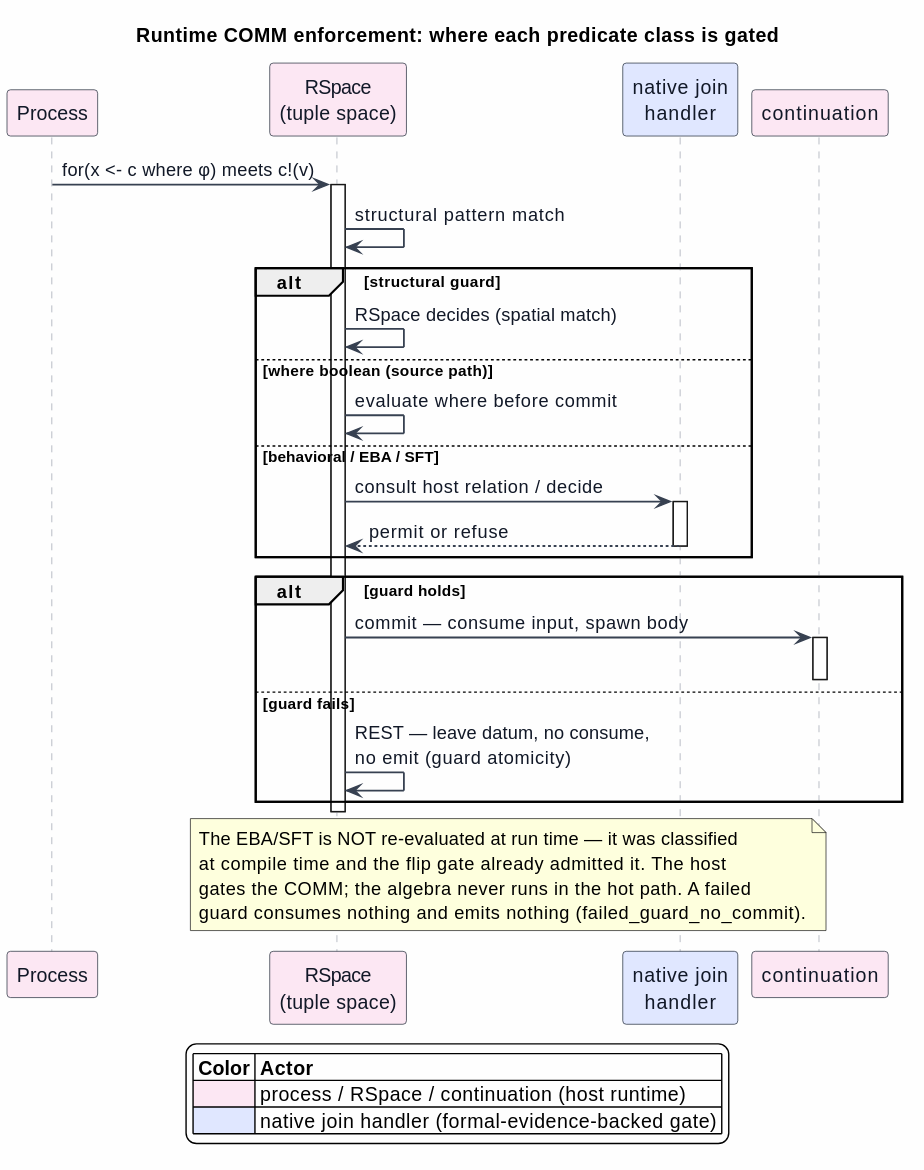
Before: docs/architecture/semantic-predicates/figures/08-comm-enforcement.svg, a diagram exported from PlantUML (F1R3FLY-io/mettail-rust).
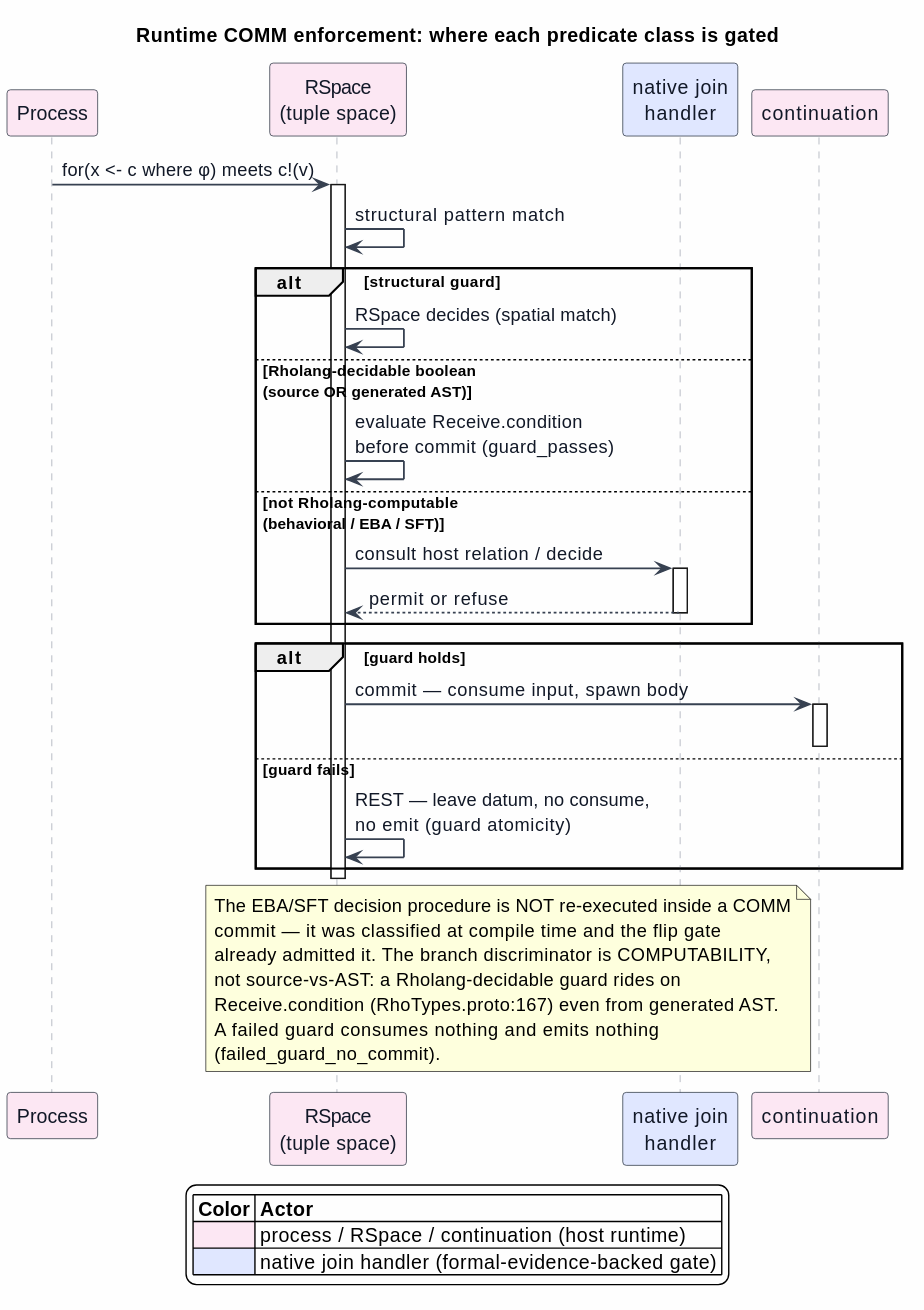
After the commit.

Commit message:
docs(semantic-predicates)+formal: #31 R0 — the AST-path premise was FALSE when written; add T-HB4 and T-INV14b'

Change to the diagram source:
```diff
@@ -23,9 +23,9 @@
 
 alt structural guard
   RS -> RS : RSpace decides (spatial match)
-else where boolean (source path)
-  RS -> RS : evaluate where before commit
-else behavioral / EBA / SFT
+else Rholang-decidable boolean\n(source OR generated AST)
+  RS -> RS : evaluate Receive.condition\nbefore commit (guard_passes)
+else not Rholang-computable\n(behavioral / EBA / SFT)
   RS -> NJ : consult host relation / decide
   activate NJ
   NJ --> RS : permit or refuse
@@ -42,10 +42,13 @@
 deactivate RS
 
 note over RS, NJ
-  The EBA/SFT is NOT re-evaluated at run time — it was classified
-  at compile time and the flip gate already admitted it. The host
-  gates the COMM; the algebra never runs in the hot path. A failed
-  guard consumes nothing and emits nothing (failed_guard_no_commit).
+  The EBA/SFT decision procedure is NOT re-executed inside a COMM
+  commit — it was classified at compile time and the flip gate
+  already admitted it. The branch discriminator is COMPUTABILITY,
+  not source-vs-AST: a Rholang-decidable guard rides on
+  Receive.condition (RhoTypes.proto:167) even from generated AST.
+  A failed guard consumes nothing and emits nothing
+  (failed_guard_no_commit).
 end note
 
 legend bottom
```
